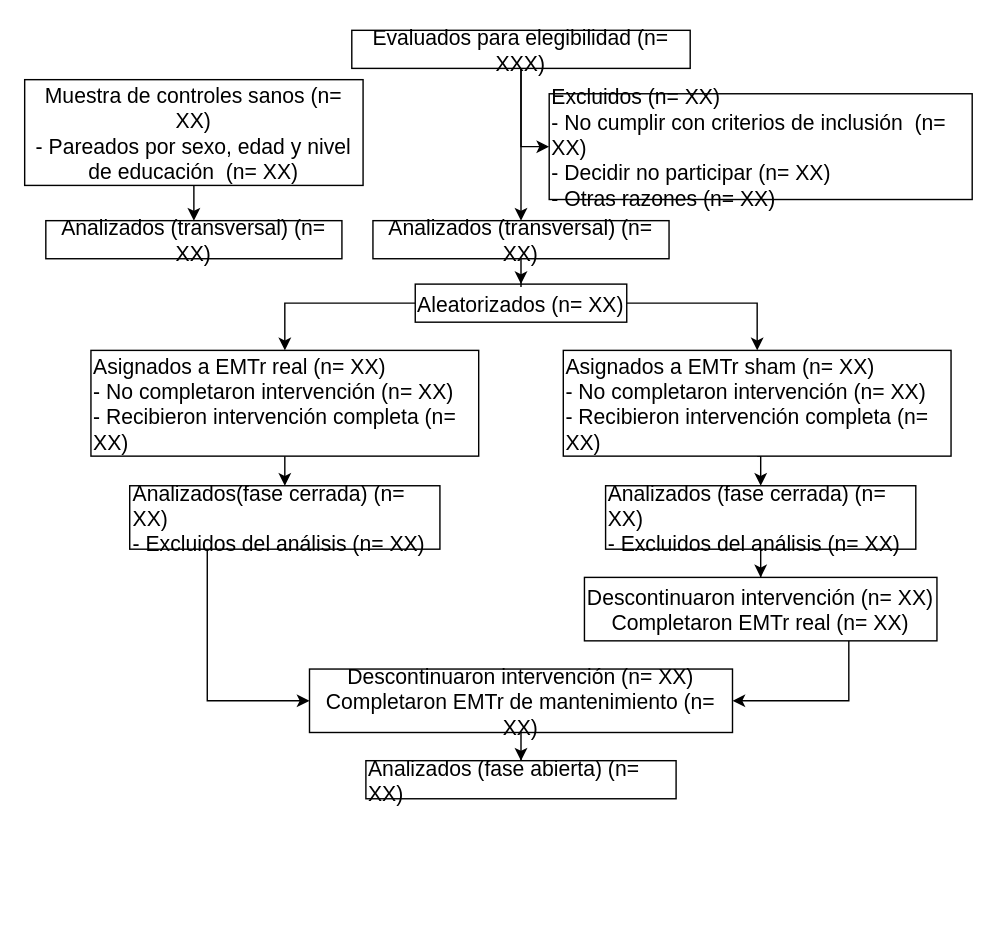
This is Figures/participantFlow.drawio from soffiafdz/TesisINB, a draw.io file, before an edit. Source tidied: cells renumbered, new cells numbered last; positions are measured from the earlier drawing's top-left corner, leaving out a move shared by most shapes. Both pictures are drawn from the tidied source at 141%, with x=0, y=0 at pixel (24, 30).
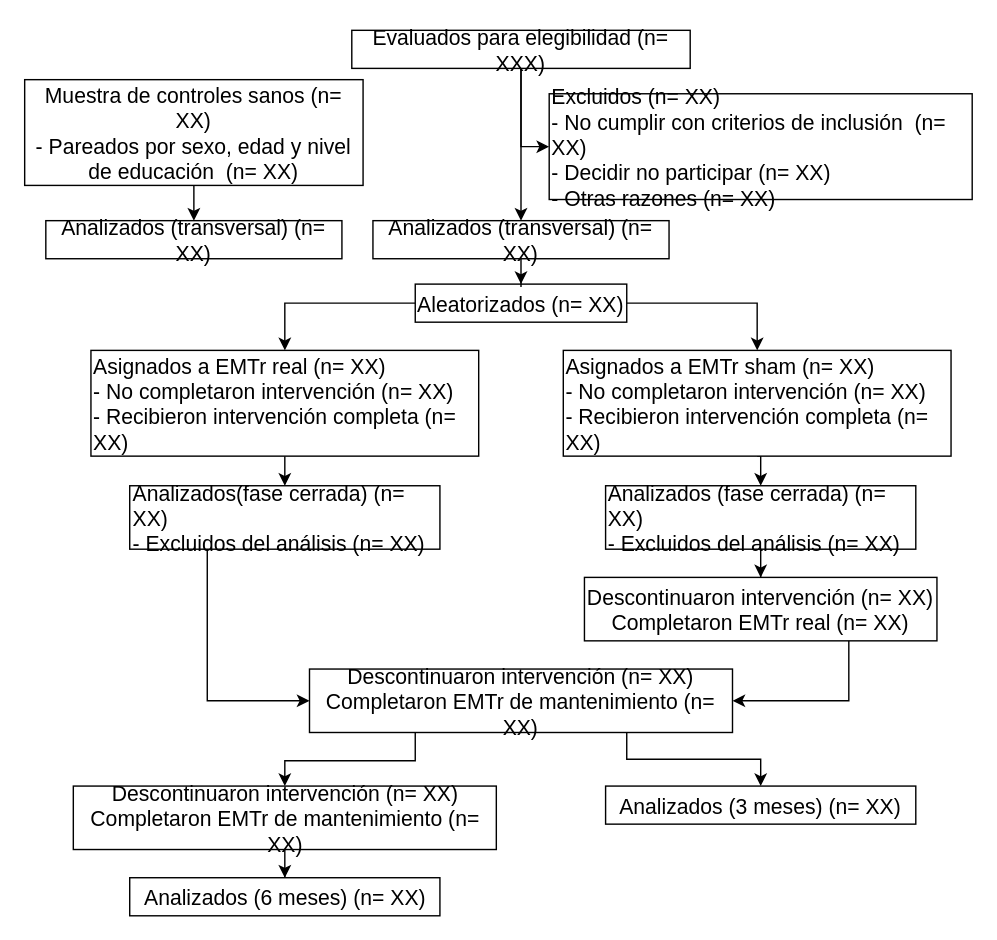
The same diagram, later.

The change refers to these unchanged cells:
```xml
<mxCell id="25" value="&lt;font style=&quot;font-size: 15px&quot;&gt;Descontinuaron intervención (n= XX)&lt;/font&gt;&lt;div style=&quot;font-size: 15px&quot; align=&quot;center&quot;&gt;&lt;font style=&quot;font-size: 15px&quot;&gt;Completaron EMTr de mantenimiento (n= XX)&lt;br&gt;&lt;/font&gt;&lt;/div&gt;" style="rounded=0;whiteSpace=wrap;html=1;align=center;rotation=0;" parent="1" vertex="1">
  <mxGeometry x="202" y="453" width="300" height="45" as="geometry" />
</mxCell>
```

The edit, as a diff of the source:
```diff
@@
-    <mxCell id="24" style="edgeStyle=orthogonalEdgeStyle;rounded=0;jettySize=auto;html=1;" parent="1" edge="1" source="25" target="26">
-      <mxGeometry relative="1" as="geometry" />
-    </mxCell>
+    <mxCell id="27" style="edgeStyle=orthogonalEdgeStyle;rounded=0;jettySize=auto;html=1;exitX=0.25;exitY=1;exitDx=0;exitDy=0;entryX=0.5;entryY=0;entryDx=0;entryDy=0;" parent="1" edge="1" source="25" target="30">
+      <mxGeometry relative="1" as="geometry" />
+    </mxCell>
+    <mxCell id="28" style="edgeStyle=orthogonalEdgeStyle;rounded=0;jettySize=auto;html=1;exitX=0.75;exitY=1;exitDx=0;exitDy=0;entryX=0.5;entryY=0;entryDx=0;entryDy=0;" parent="1" edge="1" source="25" target="32">
+      <mxGeometry relative="1" as="geometry">
+        <Array as="points">
+          <mxPoint x="427" y="517" />
+          <mxPoint x="522" y="517" />
+        </Array>
+      </mxGeometry>
+    </mxCell>
@@
-    <mxCell id="26" value="&lt;font style=&quot;font-size: 15px&quot;&gt;Analizados (fase abierta) (n= XX)&lt;/font&gt;" style="rounded=0;whiteSpace=wrap;html=1;align=left;rotation=0;" parent="1" vertex="1">
-      <mxGeometry x="242" y="518" width="220" height="27" as="geometry" />
-    </mxCell>
+    <mxCell id="29" style="edgeStyle=orthogonalEdgeStyle;rounded=0;jettySize=auto;html=1;" parent="1" edge="1" source="30" target="31">
+      <mxGeometry relative="1" as="geometry" />
+    </mxCell>
+    <mxCell id="30" value="&lt;font style=&quot;font-size: 15px&quot;&gt;Descontinuaron intervención (n= XX)&lt;/font&gt;&lt;div style=&quot;font-size: 15px&quot; align=&quot;center&quot;&gt;&lt;font style=&quot;font-size: 15px&quot;&gt;Completaron EMTr de mantenimiento (n= XX)&lt;br&gt;&lt;/font&gt;&lt;/div&gt;" style="rounded=0;whiteSpace=wrap;html=1;align=center;rotation=0;" parent="1" vertex="1">
+      <mxGeometry x="34.5" y="536" width="300" height="45" as="geometry" />
+    </mxCell>
+    <mxCell id="31" value="&lt;div align=&quot;center&quot;&gt;&lt;font style=&quot;font-size: 15px&quot;&gt;Analizados (6 meses) (n= XX)&lt;/font&gt;&lt;/div&gt;" style="rounded=0;whiteSpace=wrap;html=1;align=center;rotation=0;" parent="1" vertex="1">
+      <mxGeometry x="74.5" y="601" width="220" height="27" as="geometry" />
+    </mxCell>
+    <mxCell id="32" value="&lt;div align=&quot;center&quot;&gt;&lt;font style=&quot;font-size: 15px&quot;&gt;Analizados (3 meses) (n= XX)&lt;/font&gt;&lt;/div&gt;" style="rounded=0;whiteSpace=wrap;html=1;align=center;rotation=0;" parent="1" vertex="1">
+      <mxGeometry x="412" y="536" width="220" height="27" as="geometry" />
+    </mxCell>
```
